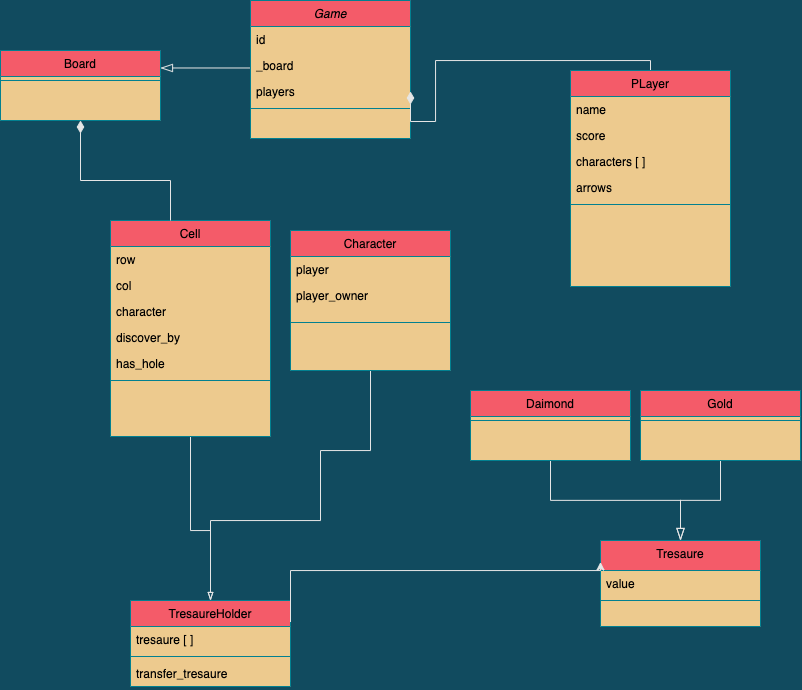
Earlier version of the draw.io export wumpus_game.png (evbeda/edagames-wumpus). Source tidied: cells renumbered, new cells last; positions are measured from the earlier drawing's top-left corner, leaving out a move shared by most shapes.
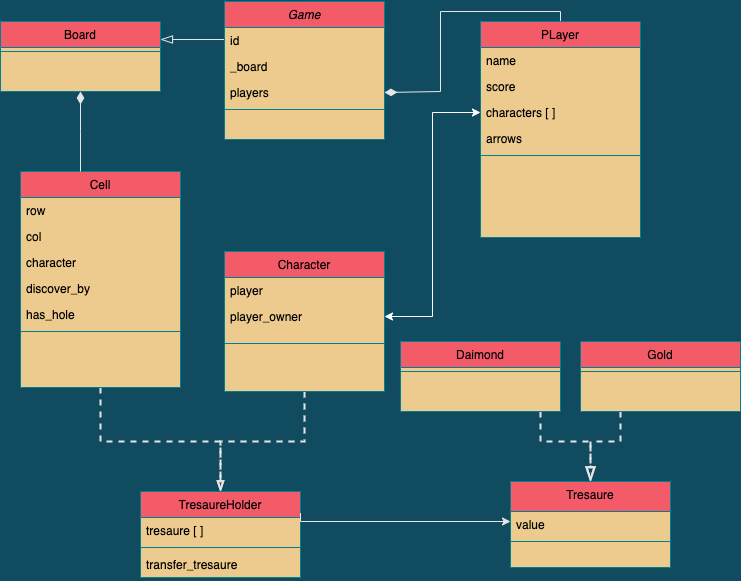
Later version of the same file.

What changed in the source:
```diff
@@ -6,7 +6,7 @@
       <mxGeometry relative="1" as="geometry" />
     </mxCell>
     <mxCell id="3" value="Game" style="swimlane;fontStyle=2;align=center;verticalAlign=top;horizontal=1;startSize=26;rounded=0;shadow=0;strokeWidth=1;fillColor=#F45B69;strokeColor=#028090;fontColor=#000000;swimlaneFillColor=#EDCA8E;labelBackgroundColor=none;" parent="1" vertex="1">
-      <mxGeometry x="250" width="160" height="138" as="geometry" />
+      <mxGeometry x="314" y="50" width="160" height="138" as="geometry" />
     </mxCell>
     <mxCell id="4" value="id" style="text;align=left;verticalAlign=top;spacingLeft=4;spacingRight=4;overflow=hidden;fontColor=#000000;" parent="3" vertex="1">
       <mxGeometry y="26" width="160" height="26" as="geometry" />
@@ -20,11 +20,11 @@
     <mxCell id="7" style="line;html=1;strokeWidth=1;align=left;verticalAlign=middle;spacingTop=-1;spacingLeft=3;spacingRight=3;labelPosition=right;labelBackgroundColor=#114B5F;fillColor=#F45B69;strokeColor=#028090;fontColor=#000000;" parent="3" vertex="1">
       <mxGeometry y="104" width="160" height="8" as="geometry" />
     </mxCell>
-    <mxCell id="8" style="edgeStyle=orthogonalEdgeStyle;rounded=0;jettySize=auto;html=1;entryX=0.5;entryY=0;entryDx=0;entryDy=0;fontColor=#FFFFFF;strokeColor=#E6E6E6;fillColor=#F45B69;endArrow=blockThin;endFill=0;" parent="1" edge="1" source="9" target="29">
+    <mxCell id="8" style="edgeStyle=orthogonalEdgeStyle;rounded=0;jettySize=auto;html=1;entryX=0.5;entryY=0;entryDx=0;entryDy=0;fontColor=#FFFFFF;strokeColor=#E6E6E6;fillColor=#F45B69;endArrow=blockThin;endFill=0;dashed=1;strokeWidth=2;" parent="1" edge="1" source="9" target="29">
       <mxGeometry relative="1" as="geometry">
         <Array as="points">
-          <mxPoint x="190" y="530" />
-          <mxPoint x="210" y="530" />
+          <mxPoint x="190" y="490" />
+          <mxPoint x="310" y="490" />
         </Array>
       </mxGeometry>
     </mxCell>
@@ -67,18 +67,16 @@
         </Array>
       </mxGeometry>
     </mxCell>
-    <mxCell id="17" style="edgeStyle=orthogonalEdgeStyle;rounded=0;jettySize=auto;html=1;fontColor=#FFFFFF;endArrow=blockThin;endFill=0;strokeColor=#E6E6E6;fillColor=#F45B69;entryX=0.5;entryY=0;entryDx=0;entryDy=0;exitX=0.5;exitY=1;exitDx=0;exitDy=0;" parent="1" edge="1" source="18" target="29">
+    <mxCell id="17" style="edgeStyle=orthogonalEdgeStyle;rounded=0;jettySize=auto;html=1;fontColor=#FFFFFF;endArrow=blockThin;endFill=0;strokeColor=#E6E6E6;fillColor=#F45B69;entryX=0.5;entryY=0;entryDx=0;entryDy=0;exitX=0.5;exitY=1;exitDx=0;exitDy=0;dashed=1;strokeWidth=2;" parent="1" edge="1" source="18" target="29">
       <mxGeometry relative="1" as="geometry">
         <Array as="points">
-          <mxPoint x="370" y="450" />
-          <mxPoint x="320" y="450" />
-          <mxPoint x="320" y="520" />
-          <mxPoint x="210" y="520" />
+          <mxPoint x="394" y="490" />
+          <mxPoint x="310" y="490" />
         </Array>
       </mxGeometry>
     </mxCell>
     <mxCell id="18" value="Character" style="swimlane;fontStyle=0;align=center;verticalAlign=top;horizontal=1;startSize=26;rounded=0;shadow=0;strokeWidth=1;fillColor=#F45B69;strokeColor=#028090;fontColor=#000000;swimlaneFillColor=#EDCA8E;labelBackgroundColor=none;" parent="1" vertex="1">
-      <mxGeometry x="290" y="230" width="160" height="140" as="geometry" />
+      <mxGeometry x="314" y="300" width="160" height="140" as="geometry" />
     </mxCell>
     <mxCell id="19" value="player" style="text;align=left;verticalAlign=top;spacingLeft=4;spacingRight=4;overflow=hidden;fontColor=#000000;" parent="18" vertex="1">
       <mxGeometry y="26" width="160" height="26" as="geometry" />
@@ -89,13 +87,12 @@
     <mxCell id="21" style="line;html=1;strokeWidth=1;align=left;verticalAlign=middle;spacingTop=-1;spacingLeft=3;spacingRight=3;labelPosition=right;labelBackgroundColor=#114B5F;fillColor=#F45B69;strokeColor=#028090;fontColor=#000000;" parent="18" vertex="1">
       <mxGeometry y="78" width="160" height="28" as="geometry" />
     </mxCell>
-    <mxCell id="22" style="edgeStyle=orthogonalEdgeStyle;rounded=0;jettySize=auto;html=1;entryX=1;entryY=0.5;entryDx=0;entryDy=0;fontColor=#FFFFFF;endArrow=diamondThin;endFill=1;strokeColor=#E6E6E6;fillColor=#F45B69;strokeWidth=1;endSize=10;" parent="1" edge="1" source="23" target="6">
+    <mxCell id="22" style="edgeStyle=orthogonalEdgeStyle;rounded=0;jettySize=auto;html=1;fontColor=#FFFFFF;endArrow=diamondThin;endFill=1;strokeColor=#E6E6E6;fillColor=#F45B69;strokeWidth=1;endSize=10;entryX=1;entryY=0.5;entryDx=0;entryDy=0;" parent="1" edge="1" source="23" target="6">
       <mxGeometry relative="1" as="geometry">
         <Array as="points">
           <mxPoint x="650" y="60" />
-          <mxPoint x="435" y="60" />
-          <mxPoint x="435" y="121" />
-          <mxPoint x="410" y="121" />
+          <mxPoint x="530" y="60" />
+          <mxPoint x="530" y="140" />
         </Array>
       </mxGeometry>
     </mxCell>
@@ -118,7 +115,7 @@
       <mxGeometry y="130" width="160" height="8" as="geometry" />
     </mxCell>
     <mxCell id="29" value="TresaureHolder" style="swimlane;fontStyle=0;align=center;verticalAlign=top;horizontal=1;startSize=26;rounded=0;shadow=0;strokeWidth=1;fillColor=#F45B69;strokeColor=#028090;fontColor=#000000;swimlaneFillColor=#EDCA8E;labelBackgroundColor=none;" parent="1" vertex="1">
-      <mxGeometry x="130" y="600" width="160" height="86" as="geometry" />
+      <mxGeometry x="230" y="540" width="160" height="86" as="geometry" />
     </mxCell>
     <mxCell id="30" value="tresaure [ ]" style="text;align=left;verticalAlign=top;spacingLeft=4;spacingRight=4;overflow=hidden;fontColor=#000000;" parent="29" vertex="1">
       <mxGeometry y="26" width="160" height="26" as="geometry" />
@@ -129,26 +126,34 @@
     <mxCell id="32" value="transfer_tresaure" style="text;align=left;verticalAlign=top;spacingLeft=4;spacingRight=4;overflow=hidden;fontColor=#000000;" parent="29" vertex="1">
       <mxGeometry y="60" width="160" height="26" as="geometry" />
     </mxCell>
-    <mxCell id="33" style="edgeStyle=elbowEdgeStyle;rounded=0;jettySize=auto;elbow=vertical;html=1;entryX=0.5;entryY=0;entryDx=0;entryDy=0;fontColor=#FFFFFF;endArrow=blockThin;endFill=0;endSize=10;strokeColor=#E6E6E6;strokeWidth=1;fillColor=#F45B69;" parent="1" edge="1" source="34" target="39">
-      <mxGeometry relative="1" as="geometry" />
+    <mxCell id="33" style="edgeStyle=elbowEdgeStyle;rounded=0;jettySize=auto;elbow=vertical;html=1;entryX=0.5;entryY=0;entryDx=0;entryDy=0;fontColor=#FFFFFF;endArrow=blockThin;endFill=0;endSize=10;strokeColor=#E6E6E6;strokeWidth=2;fillColor=#F45B69;dashed=1;" parent="1" edge="1" source="34" target="39">
+      <mxGeometry relative="1" as="geometry">
+        <Array as="points">
+          <mxPoint x="710" y="490" />
+        </Array>
+      </mxGeometry>
     </mxCell>
     <mxCell id="34" value="Gold" style="swimlane;fontStyle=0;align=center;verticalAlign=top;horizontal=1;startSize=26;rounded=0;shadow=0;strokeWidth=1;fillColor=#F45B69;strokeColor=#028090;fontColor=#000000;swimlaneFillColor=#EDCA8E;labelBackgroundColor=none;" parent="1" vertex="1">
-      <mxGeometry x="640" y="390" width="160" height="70" as="geometry" />
+      <mxGeometry x="670" y="390" width="160" height="70" as="geometry" />
     </mxCell>
     <mxCell id="35" style="line;html=1;strokeWidth=1;align=left;verticalAlign=middle;spacingTop=-1;spacingLeft=3;spacingRight=3;labelPosition=right;labelBackgroundColor=#114B5F;fillColor=#F45B69;strokeColor=#028090;fontColor=#000000;" parent="34" vertex="1">
       <mxGeometry y="26" width="160" height="8" as="geometry" />
     </mxCell>
-    <mxCell id="36" style="edgeStyle=elbowEdgeStyle;rounded=0;jettySize=auto;elbow=vertical;html=1;entryX=0.5;entryY=0;entryDx=0;entryDy=0;fontColor=#FFFFFF;endArrow=blockThin;endFill=0;endSize=10;strokeColor=#E6E6E6;strokeWidth=1;fillColor=#F45B69;" parent="1" edge="1" source="37" target="39">
-      <mxGeometry relative="1" as="geometry" />
+    <mxCell id="36" style="edgeStyle=elbowEdgeStyle;rounded=0;jettySize=auto;elbow=vertical;html=1;entryX=0.5;entryY=0;entryDx=0;entryDy=0;fontColor=#FFFFFF;endArrow=blockThin;endFill=0;endSize=10;strokeColor=#E6E6E6;strokeWidth=2;fillColor=#F45B69;dashed=1;" parent="1" edge="1" source="37" target="39">
+      <mxGeometry relative="1" as="geometry">
+        <Array as="points">
+          <mxPoint x="630" y="490" />
+        </Array>
+      </mxGeometry>
     </mxCell>
     <mxCell id="37" value="Daimond" style="swimlane;fontStyle=0;align=center;verticalAlign=top;horizontal=1;startSize=26;rounded=0;shadow=0;strokeWidth=1;fillColor=#F45B69;strokeColor=#028090;fontColor=#000000;swimlaneFillColor=#EDCA8E;labelBackgroundColor=none;" parent="1" vertex="1">
-      <mxGeometry x="470" y="390" width="160" height="70" as="geometry" />
+      <mxGeometry x="490" y="390" width="160" height="70" as="geometry" />
     </mxCell>
     <mxCell id="38" style="line;html=1;strokeWidth=1;align=left;verticalAlign=middle;spacingTop=-1;spacingLeft=3;spacingRight=3;labelPosition=right;labelBackgroundColor=#114B5F;fillColor=#F45B69;strokeColor=#028090;fontColor=#000000;" parent="37" vertex="1">
       <mxGeometry y="26" width="160" height="8" as="geometry" />
     </mxCell>
     <mxCell id="39" value="Tresaure" style="swimlane;fontStyle=0;align=center;verticalAlign=top;horizontal=1;startSize=30;rounded=0;shadow=0;strokeWidth=1;fillColor=#F45B69;strokeColor=#028090;fontColor=#000000;swimlaneFillColor=#EDCA8E;labelBackgroundColor=none;" parent="1" vertex="1">
-      <mxGeometry x="600" y="540" width="160" height="86" as="geometry" />
+      <mxGeometry x="600" y="530" width="160" height="86" as="geometry" />
     </mxCell>
     <mxCell id="40" value="value" style="text;align=left;verticalAlign=top;spacingLeft=4;spacingRight=4;overflow=hidden;fontColor=#000000;" parent="39" vertex="1">
       <mxGeometry y="30" width="160" height="26" as="geometry" />
@@ -156,19 +161,22 @@
     <mxCell id="41" style="line;html=1;strokeWidth=1;align=left;verticalAlign=middle;spacingTop=-1;spacingLeft=3;spacingRight=3;labelPosition=right;labelBackgroundColor=#114B5F;fillColor=#F45B69;strokeColor=#028090;fontColor=#000000;" parent="39" vertex="1">
       <mxGeometry y="56" width="160" height="8" as="geometry" />
     </mxCell>
-    <mxCell id="42" style="edgeStyle=orthogonalEdgeStyle;rounded=0;jettySize=auto;html=1;entryX=0;entryY=0.25;entryDx=0;entryDy=0;fontColor=#FFFFFF;strokeColor=#E6E6E6;fillColor=#F45B69;exitX=1;exitY=0.25;exitDx=0;exitDy=0;" parent="1" edge="1" source="29" target="39">
+    <mxCell id="42" style="edgeStyle=orthogonalEdgeStyle;rounded=0;jettySize=auto;html=1;fontColor=#FFFFFF;strokeColor=#E6E6E6;fillColor=#F45B69;exitX=1;exitY=0.25;exitDx=0;exitDy=0;" parent="1" edge="1" source="29">
       <mxGeometry relative="1" as="geometry">
+        <mxPoint x="600" y="570" as="targetPoint" />
         <Array as="points">
-          <mxPoint x="290" y="570" />
-          <mxPoint x="600" y="570" />
+          <mxPoint x="390" y="570" />
         </Array>
       </mxGeometry>
     </mxCell>
     <mxCell id="43" value="Board" style="swimlane;fontStyle=0;align=center;verticalAlign=top;horizontal=1;startSize=26;rounded=0;shadow=0;strokeWidth=1;fillColor=#F45B69;strokeColor=#028090;fontColor=#000000;swimlaneFillColor=#EDCA8E;labelBackgroundColor=none;" parent="1" vertex="1">
-      <mxGeometry y="50" width="160" height="70" as="geometry" />
+      <mxGeometry x="90" y="70" width="160" height="70" as="geometry" />
     </mxCell>
     <mxCell id="44" style="line;html=1;strokeWidth=1;align=left;verticalAlign=middle;spacingTop=-1;spacingLeft=3;spacingRight=3;labelPosition=right;labelBackgroundColor=#114B5F;fillColor=#F45B69;strokeColor=#028090;fontColor=#000000;" parent="43" vertex="1">
       <mxGeometry y="26" width="160" height="8" as="geometry" />
     </mxCell>
+    <mxCell id="45" style="edgeStyle=orthogonalEdgeStyle;rounded=0;jettySize=auto;html=1;exitX=1;exitY=0.5;exitDx=0;exitDy=0;entryX=0;entryY=0.5;entryDx=0;entryDy=0;strokeColor=#FFFFFF;startArrow=classic;startFill=1;" parent="1" edge="1" source="20" target="26">
+      <mxGeometry relative="1" as="geometry" />
+    </mxCell>
   </root>
 </mxGraphModel>
```
